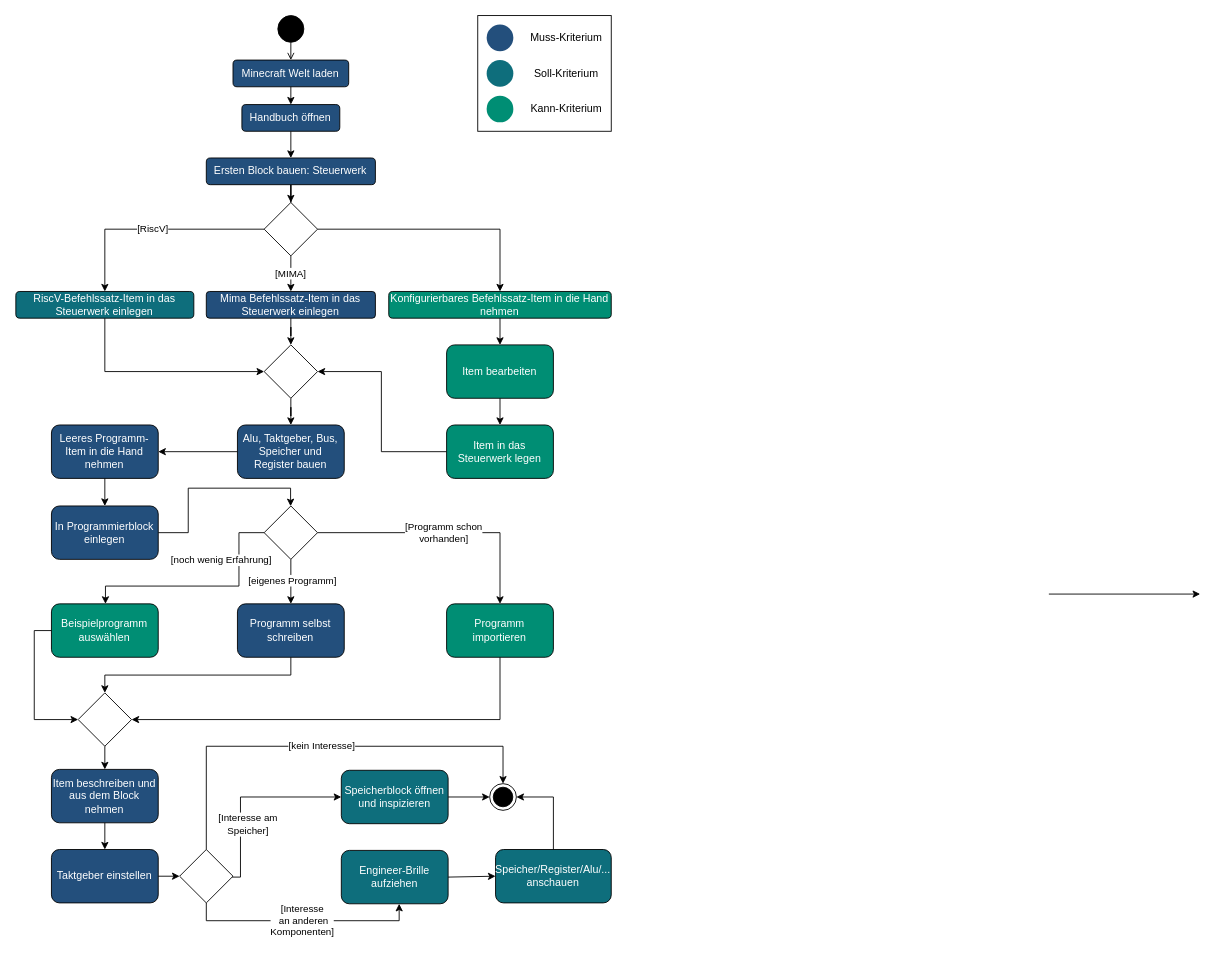
This is Aktivität.drawio from LundiNord/RISCJ-Diagramms, a draw.io file, before an edit. Source tidied: cells renumbered, new cells numbered last; positions are measured from the earlier drawing's top-left corner, leaving out a move shared by most shapes. Both pictures are drawn from the tidied source at 89%, with x=0, y=0 at pixel (15, 15).
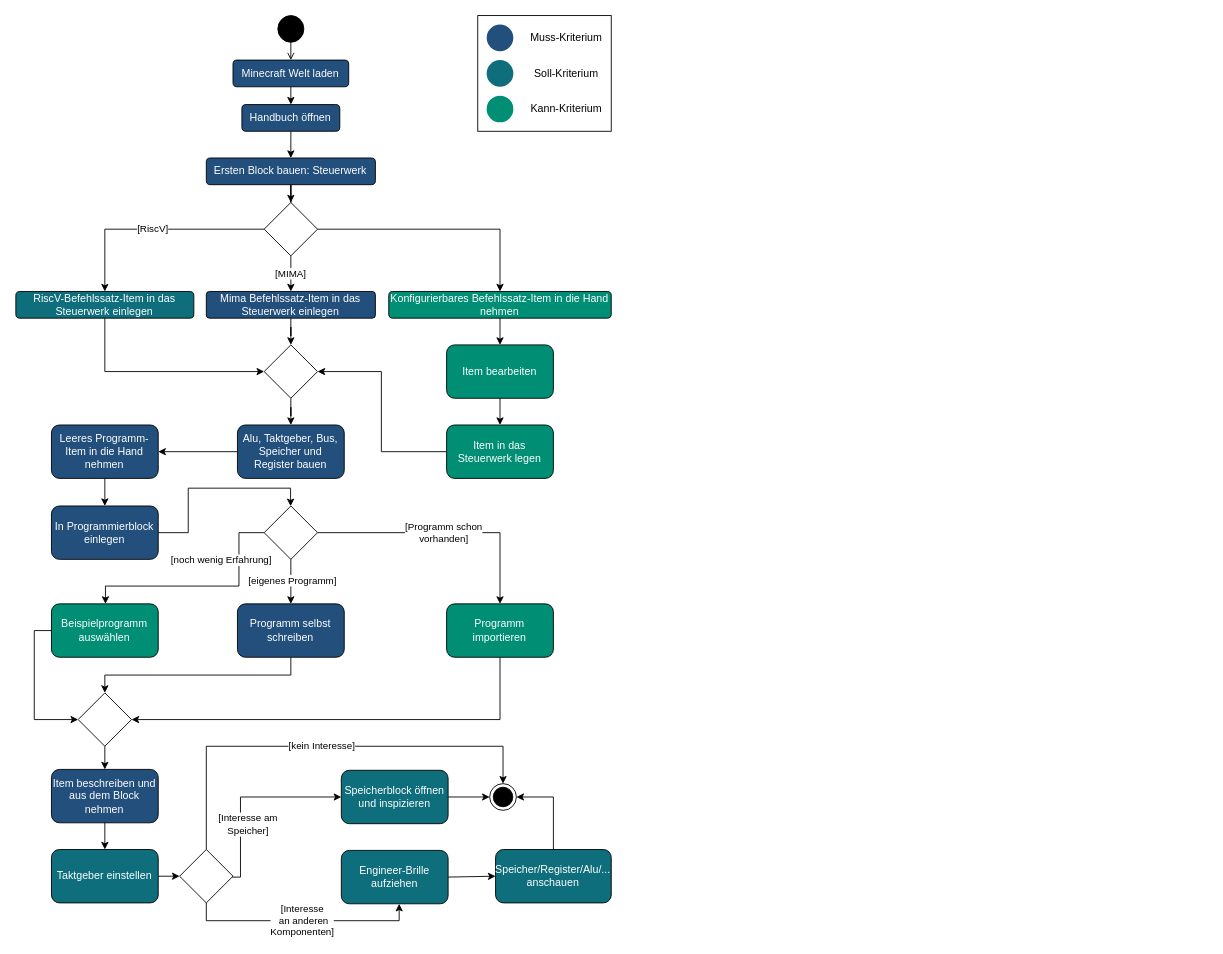
Above is the later version.

Diff of the diagram source:
```diff
@@
-    <mxCell id="32" style="edgeStyle=none;orthogonalLoop=1;jettySize=auto;html=1;rounded=0;noEdgeStyle=1;orthogonal=1;" parent="1" edge="1">
-      <mxGeometry relative="1" as="geometry">
-        <mxPoint x="1161" y="650" as="sourcePoint" />
-        <mxPoint x="1331" y="650" as="targetPoint" />
-      </mxGeometry>
-    </mxCell>
@@
-    <mxCell id="48" value="Taktgeber einstellen" style="rounded=1;whiteSpace=wrap;html=1;fillColor=#234F7C;fontColor=#FFFFFF;" parent="1" vertex="1">
+    <mxCell id="48" value="Taktgeber einstellen" style="rounded=1;whiteSpace=wrap;html=1;fillColor=#0E6E7C;fontColor=#FFFFFF;" parent="1" vertex="1">
       <mxGeometry x="40.3" y="937" width="120" height="60" as="geometry" />
     </mxCell>
```
